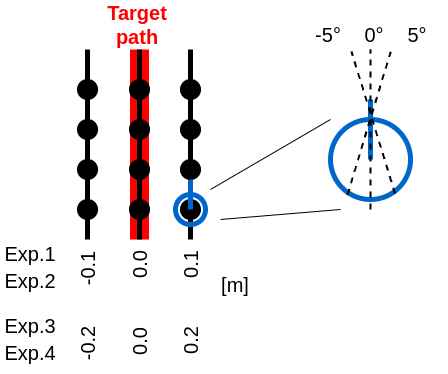
Above: img/collect2.png in YuukiTakahashi4690/rmdformat2022 (draw.io), before the change. Source tidied: cells renumbered, new cells last; positions are measured from the earlier drawing's top-left corner, leaving out a move shared by most shapes.
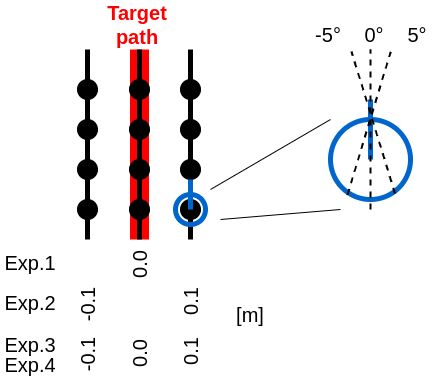
Above is the later version.

The edit, as a diff of the source:
```diff
@@ -12,17 +12,14 @@
       <mxGeometry x="107" width="60" height="30" as="geometry" />
     </mxCell>
     <mxCell id="4" value="&lt;font color=&quot;#000000&quot;&gt;0.1&lt;br&gt;&lt;/font&gt;" style="text;html=1;strokeColor=none;fillColor=none;align=center;verticalAlign=middle;whiteSpace=wrap;rounded=0;fontSize=20;fontColor=#FF0000;rotation=-90;" parent="1" vertex="1">
-      <mxGeometry x="160" y="240" width="60" height="30" as="geometry" />
+      <mxGeometry x="160" y="277" width="60" height="30" as="geometry" />
     </mxCell>
     <mxCell id="5" value="[m]" style="text;html=1;strokeColor=none;fillColor=none;align=center;verticalAlign=middle;whiteSpace=wrap;rounded=0;fontSize=20;fontColor=#000000;" parent="1" vertex="1">
-      <mxGeometry x="205" y="260" width="60" height="30" as="geometry" />
+      <mxGeometry x="220" y="290" width="60" height="30" as="geometry" />
     </mxCell>
     <mxCell id="6" value="&lt;font color=&quot;#000000&quot;&gt;5°&lt;br&gt;&lt;/font&gt;" style="text;html=1;strokeColor=none;fillColor=none;align=center;verticalAlign=middle;whiteSpace=wrap;rounded=0;fontSize=20;fontColor=#FF0000;rotation=0;" parent="1" vertex="1">
       <mxGeometry x="387" y="10" width="60" height="30" as="geometry" />
     </mxCell>
-    <mxCell id="7" value="&lt;font color=&quot;#000000&quot;&gt;0.2&lt;br&gt;&lt;/font&gt;" style="text;html=1;strokeColor=none;fillColor=none;align=center;verticalAlign=middle;whiteSpace=wrap;rounded=0;fontSize=20;fontColor=#FF0000;rotation=-90;" parent="1" vertex="1">
-      <mxGeometry x="160" y="316" width="60" height="30" as="geometry" />
-    </mxCell>
     <mxCell id="8" style="group;" parent="1" vertex="1">
       <mxGeometry x="175" y="10" width="235" height="205" as="geometry" />
     </mxCell>
@@ -137,28 +134,31 @@
       </mxGeometry>
     </mxCell>
     <mxCell id="38" value="&lt;font color=&quot;#000000&quot;&gt;-0.1&lt;/font&gt;" style="text;html=1;strokeColor=none;fillColor=none;align=center;verticalAlign=middle;whiteSpace=wrap;rounded=0;fontSize=20;fontColor=#FF0000;rotation=-90;" parent="32" vertex="1">
-      <mxGeometry x="-15" y="204" width="60" height="30" as="geometry" />
+      <mxGeometry x="-15" y="240" width="60" height="30" as="geometry" />
     </mxCell>
+    <mxCell id="46" value="&lt;font color=&quot;#000000&quot;&gt;-0.1&lt;/font&gt;" style="text;html=1;strokeColor=none;fillColor=none;align=center;verticalAlign=middle;whiteSpace=wrap;rounded=0;fontSize=20;fontColor=#FF0000;rotation=-90;" parent="32" vertex="1">
+      <mxGeometry x="-15" y="290" width="60" height="30" as="geometry" />
+    </mxCell>
     <mxCell id="39" style="group;" parent="1" vertex="1">
       <mxGeometry y="232" width="60" height="128" as="geometry" />
     </mxCell>
     <mxCell id="40" value="Exp.1" style="text;html=1;strokeColor=none;fillColor=none;align=center;verticalAlign=middle;whiteSpace=wrap;rounded=0;fontSize=20;fontColor=#000000;" parent="39" vertex="1">
-      <mxGeometry y="-3" width="60" height="30" as="geometry" />
+      <mxGeometry y="6" width="60" height="30" as="geometry" />
     </mxCell>
     <mxCell id="41" value="Exp.2" style="text;html=1;strokeColor=none;fillColor=none;align=center;verticalAlign=middle;whiteSpace=wrap;rounded=0;fontSize=20;fontColor=#000000;" parent="39" vertex="1">
-      <mxGeometry y="24" width="60" height="30" as="geometry" />
+      <mxGeometry y="46" width="60" height="30" as="geometry" />
     </mxCell>
     <mxCell id="42" value="Exp.3" style="text;html=1;strokeColor=none;fillColor=none;align=center;verticalAlign=middle;whiteSpace=wrap;rounded=0;fontSize=20;fontColor=#000000;" parent="39" vertex="1">
-      <mxGeometry y="69" width="60" height="30" as="geometry" />
+      <mxGeometry y="88" width="60" height="30" as="geometry" />
     </mxCell>
     <mxCell id="43" value="Exp.4" style="text;html=1;strokeColor=none;fillColor=none;align=center;verticalAlign=middle;whiteSpace=wrap;rounded=0;fontSize=20;fontColor=#000000;" parent="39" vertex="1">
-      <mxGeometry y="96" width="60" height="30" as="geometry" />
+      <mxGeometry y="108" width="60" height="30" as="geometry" />
     </mxCell>
-    <mxCell id="44" value="&lt;font color=&quot;#000000&quot;&gt;-0.2&lt;/font&gt;" style="text;html=1;strokeColor=none;fillColor=none;align=center;verticalAlign=middle;whiteSpace=wrap;rounded=0;fontSize=20;fontColor=#FF0000;rotation=-90;" parent="1" vertex="1">
-      <mxGeometry x="57" y="319" width="60" height="30" as="geometry" />
-    </mxCell>
     <mxCell id="45" value="&lt;font color=&quot;#000000&quot;&gt;0.0&lt;br&gt;&lt;/font&gt;" style="text;html=1;strokeColor=none;fillColor=none;align=center;verticalAlign=middle;whiteSpace=wrap;rounded=0;fontSize=20;fontColor=#FF0000;rotation=-90;" parent="1" vertex="1">
-      <mxGeometry x="109" y="317" width="60" height="30" as="geometry" />
+      <mxGeometry x="109" y="329" width="60" height="30" as="geometry" />
     </mxCell>
+    <mxCell id="47" value="&lt;font color=&quot;#000000&quot;&gt;0.1&lt;br&gt;&lt;/font&gt;" style="text;html=1;strokeColor=none;fillColor=none;align=center;verticalAlign=middle;whiteSpace=wrap;rounded=0;fontSize=20;fontColor=#FF0000;rotation=-90;" parent="1" vertex="1">
+      <mxGeometry x="160" y="327" width="60" height="30" as="geometry" />
+    </mxCell>
   </root>
 </mxGraphModel>
```
